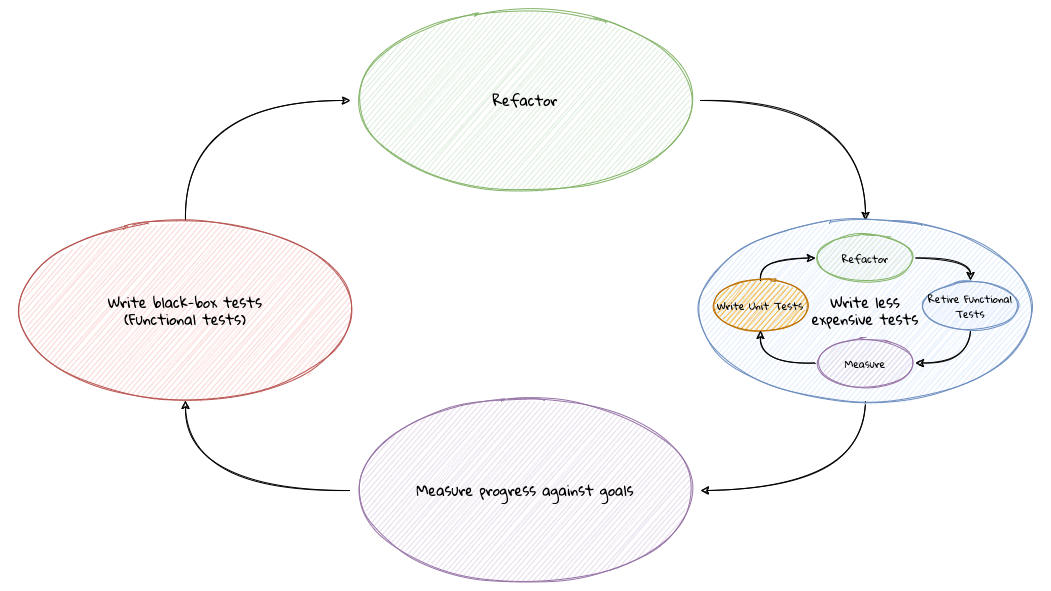
The draw.io diagram images/continuous-improvement-loop.png in ddd-book-java/prem-website, before a commit. Source tidied: cells renumbered, new cells last; positions are measured from the earlier drawing's top-left corner, leaving out a move shared by most shapes.
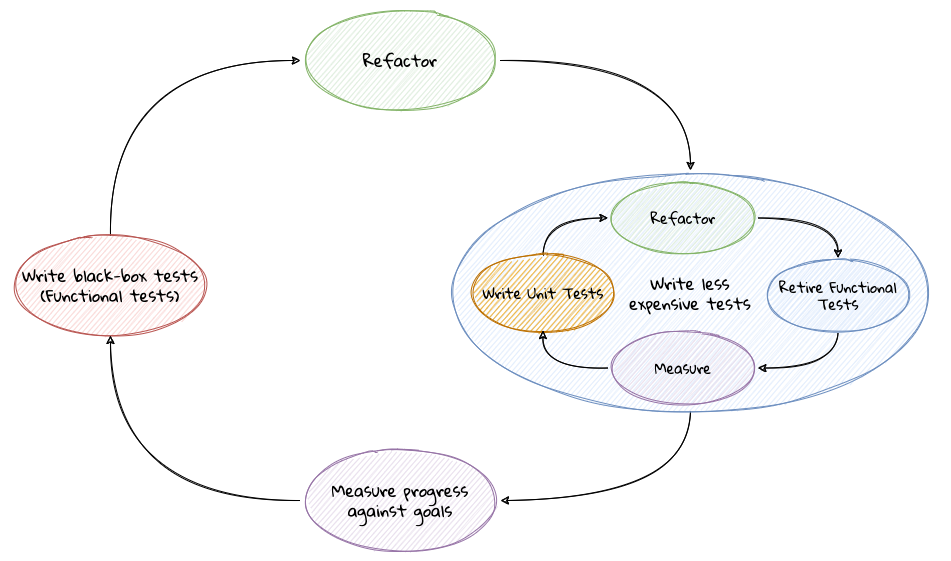
The same diagram one commit later.

What changed in the source:
```diff
@@ -5,50 +5,52 @@
     <mxCell id="2" style="edgeStyle=orthogonalEdgeStyle;curved=1;sketch=1;jettySize=auto;html=1;entryX=0;entryY=0.5;entryDx=0;entryDy=0;startArrow=none;startFill=0;endArrow=classic;endFill=1;exitX=0.5;exitY=0;exitDx=0;exitDy=0;fontFamily=Gloria Hallelujah;fontSource=https%3A%2F%2Ffonts.googleapis.com%2Fcss%3Ffamily%3DGloria%2BHallelujah;" parent="1" edge="1" source="3" target="5">
       <mxGeometry relative="1" as="geometry" />
     </mxCell>
-    <mxCell id="3" value="&lt;font style=&quot;font-size: 14px;&quot;&gt;Write black-box tests&lt;br&gt;(Functional tests)&lt;/font&gt;" style="ellipse;whiteSpace=wrap;html=1;sketch=1;fontFamily=Gloria Hallelujah;fontSource=https%3A%2F%2Ffonts.googleapis.com%2Fcss%3Ffamily%3DGloria%2BHallelujah;fillColor=#f8cecc;strokeColor=#b85450;" parent="1" vertex="1">
-      <mxGeometry y="210" width="350" height="180" as="geometry" />
+    <mxCell id="3" value="&lt;font style=&quot;font-size: 16px;&quot;&gt;Write black-box tests&lt;br style=&quot;&quot;&gt;(Functional tests)&lt;/font&gt;" style="ellipse;whiteSpace=wrap;html=1;sketch=1;fontFamily=Gloria Hallelujah;fontSource=https%3A%2F%2Ffonts.googleapis.com%2Fcss%3Ffamily%3DGloria%2BHallelujah;fillColor=#f8cecc;strokeColor=#b85450;rounded=1;fontSize=14;" parent="1" vertex="1">
+      <mxGeometry x="70" y="225" width="200" height="100" as="geometry" />
     </mxCell>
-    <mxCell id="4" style="edgeStyle=orthogonalEdgeStyle;curved=1;sketch=1;jettySize=auto;html=1;entryX=0.5;entryY=0;entryDx=0;entryDy=0;fontFamily=Gloria Hallelujah;fontSource=https%3A%2F%2Ffonts.googleapis.com%2Fcss%3Ffamily%3DGloria%2BHallelujah;fontSize=8;startArrow=none;startFill=0;endArrow=classic;endFill=1;exitX=1;exitY=0.5;exitDx=0;exitDy=0;" parent="1" edge="1" source="5" target="7">
-      <mxGeometry relative="1" as="geometry" />
+    <mxCell id="4" style="edgeStyle=orthogonalEdgeStyle;curved=1;sketch=1;jettySize=auto;html=1;fontFamily=Gloria Hallelujah;fontSource=https%3A%2F%2Ffonts.googleapis.com%2Fcss%3Ffamily%3DGloria%2BHallelujah;fontSize=8;startArrow=none;startFill=0;endArrow=classic;endFill=1;exitX=1;exitY=0.5;exitDx=0;exitDy=0;" parent="1" edge="1" source="5">
+      <mxGeometry relative="1" as="geometry">
+        <mxPoint x="750" y="160" as="targetPoint" />
+      </mxGeometry>
     </mxCell>
-    <mxCell id="5" value="&lt;font style=&quot;font-size: 14px;&quot;&gt;Refactor&lt;/font&gt;" style="ellipse;whiteSpace=wrap;html=1;sketch=1;fontFamily=Gloria Hallelujah;fontSource=https%3A%2F%2Ffonts.googleapis.com%2Fcss%3Ffamily%3DGloria%2BHallelujah;fillColor=#d5e8d4;strokeColor=#82b366;" parent="1" vertex="1">
-      <mxGeometry x="340" width="350" height="180" as="geometry" />
+    <mxCell id="5" value="&lt;font style=&quot;font-size: 16px;&quot;&gt;Refactor&lt;/font&gt;" style="ellipse;whiteSpace=wrap;html=1;sketch=1;fontFamily=Gloria Hallelujah;fontSource=https%3A%2F%2Ffonts.googleapis.com%2Fcss%3Ffamily%3DGloria%2BHallelujah;fillColor=#d5e8d4;strokeColor=#82b366;rounded=1;fontSize=16;" parent="1" vertex="1">
+      <mxGeometry x="360" width="200" height="100" as="geometry" />
     </mxCell>
-    <mxCell id="6" style="edgeStyle=orthogonalEdgeStyle;curved=1;sketch=1;jettySize=auto;html=1;entryX=1;entryY=0.5;entryDx=0;entryDy=0;fontFamily=Gloria Hallelujah;fontSource=https%3A%2F%2Ffonts.googleapis.com%2Fcss%3Ffamily%3DGloria%2BHallelujah;fontSize=8;startArrow=none;startFill=0;endArrow=classic;endFill=1;" parent="1" edge="1" source="7" target="9">
+    <mxCell id="6" style="edgeStyle=orthogonalEdgeStyle;curved=1;sketch=1;jettySize=auto;html=1;entryX=1;entryY=0.5;entryDx=0;entryDy=0;fontFamily=Gloria Hallelujah;fontSource=https%3A%2F%2Ffonts.googleapis.com%2Fcss%3Ffamily%3DGloria%2BHallelujah;fontSize=8;startArrow=none;startFill=0;endArrow=classic;endFill=1;exitX=0.5;exitY=1;exitDx=0;exitDy=0;" parent="1" edge="1" source="7" target="9">
       <mxGeometry relative="1" as="geometry" />
     </mxCell>
-    <mxCell id="7" value="&lt;font style=&quot;font-size: 14px;&quot;&gt;Write less&lt;br&gt;expensive tests&lt;/font&gt;" style="ellipse;whiteSpace=wrap;html=1;sketch=1;fontFamily=Gloria Hallelujah;fontSource=https%3A%2F%2Ffonts.googleapis.com%2Fcss%3Ffamily%3DGloria%2BHallelujah;fillColor=#dae8fc;strokeColor=#6c8ebf;" parent="1" vertex="1">
-      <mxGeometry x="680" y="210" width="350" height="180" as="geometry" />
+    <mxCell id="7" value="&lt;font style=&quot;font-size: 16px;&quot;&gt;Write less&lt;br style=&quot;font-size: 16px;&quot;&gt;expensive tests&lt;/font&gt;" style="ellipse;whiteSpace=wrap;html=1;sketch=1;fontFamily=Gloria Hallelujah;fontSource=https%3A%2F%2Ffonts.googleapis.com%2Fcss%3Ffamily%3DGloria%2BHallelujah;fillColor=#dae8fc;strokeColor=#6c8ebf;rounded=1;fontSize=16;" parent="1" vertex="1">
+      <mxGeometry x="500" y="165" width="500" height="235" as="geometry" />
     </mxCell>
     <mxCell id="8" style="edgeStyle=orthogonalEdgeStyle;curved=1;sketch=1;jettySize=auto;html=1;entryX=0.5;entryY=1;entryDx=0;entryDy=0;startArrow=none;startFill=0;endArrow=classic;endFill=1;fontFamily=Gloria Hallelujah;fontSource=https%3A%2F%2Ffonts.googleapis.com%2Fcss%3Ffamily%3DGloria%2BHallelujah;exitX=0;exitY=0.5;exitDx=0;exitDy=0;" parent="1" edge="1" source="9" target="3">
       <mxGeometry relative="1" as="geometry" />
     </mxCell>
-    <mxCell id="9" value="&lt;font style=&quot;font-size: 14px;&quot;&gt;Measure progress against goals&lt;/font&gt;" style="ellipse;whiteSpace=wrap;html=1;sketch=1;fontFamily=Gloria Hallelujah;fontSource=https%3A%2F%2Ffonts.googleapis.com%2Fcss%3Ffamily%3DGloria%2BHallelujah;fillColor=#e1d5e7;strokeColor=#9673a6;" parent="1" vertex="1">
-      <mxGeometry x="340" y="390" width="350" height="180" as="geometry" />
+    <mxCell id="9" value="&lt;font style=&quot;font-size: 16px;&quot;&gt;Measure progress&lt;br style=&quot;font-size: 16px;&quot;&gt;against goals&lt;/font&gt;" style="ellipse;whiteSpace=wrap;html=1;sketch=1;fontFamily=Gloria Hallelujah;fontSource=https%3A%2F%2Ffonts.googleapis.com%2Fcss%3Ffamily%3DGloria%2BHallelujah;fillColor=#e1d5e7;strokeColor=#9673a6;rounded=1;fontSize=16;" parent="1" vertex="1">
+      <mxGeometry x="360" y="440" width="200" height="100" as="geometry" />
     </mxCell>
-    <mxCell id="10" style="edgeStyle=orthogonalEdgeStyle;curved=1;sketch=1;jettySize=auto;html=1;entryX=0;entryY=0.5;entryDx=0;entryDy=0;fontFamily=Gloria Hallelujah;fontSource=https%3A%2F%2Ffonts.googleapis.com%2Fcss%3Ffamily%3DGloria%2BHallelujah;fontSize=8;startArrow=none;startFill=0;endArrow=classic;endFill=1;exitX=0.5;exitY=0;exitDx=0;exitDy=0;" parent="1" edge="1" source="11" target="13">
+    <mxCell id="10" style="edgeStyle=orthogonalEdgeStyle;rounded=1;jettySize=auto;html=1;exitX=0.5;exitY=0;exitDx=0;exitDy=0;entryX=0;entryY=0.5;entryDx=0;entryDy=0;sketch=1;curved=1;" parent="1" edge="1" source="11" target="13">
       <mxGeometry relative="1" as="geometry" />
     </mxCell>
-    <mxCell id="11" value="&lt;font style=&quot;font-size: 10px;&quot;&gt;Write Unit Tests&lt;/font&gt;" style="ellipse;whiteSpace=wrap;html=1;sketch=1;fontFamily=Gloria Hallelujah;fontSource=https%3A%2F%2Ffonts.googleapis.com%2Fcss%3Ffamily%3DGloria%2BHallelujah;fillColor=#f0a30a;strokeColor=#BD7000;fontColor=#000000;" parent="1" vertex="1">
-      <mxGeometry x="700" y="270" width="100" height="50" as="geometry" />
+    <mxCell id="11" value="&lt;font style=&quot;font-size: 14px;&quot;&gt;Write Unit Tests&lt;/font&gt;" style="ellipse;whiteSpace=wrap;html=1;sketch=1;fontFamily=Gloria Hallelujah;fontSource=https%3A%2F%2Ffonts.googleapis.com%2Fcss%3Ffamily%3DGloria%2BHallelujah;fillColor=#f0a30a;strokeColor=#BD7000;fontColor=#000000;rounded=1;fontSize=14;" parent="1" vertex="1">
+      <mxGeometry x="527.5" y="245" width="150" height="75" as="geometry" />
     </mxCell>
-    <mxCell id="12" style="edgeStyle=orthogonalEdgeStyle;curved=1;sketch=1;jettySize=auto;html=1;entryX=0.5;entryY=0;entryDx=0;entryDy=0;fontFamily=Gloria Hallelujah;fontSource=https%3A%2F%2Ffonts.googleapis.com%2Fcss%3Ffamily%3DGloria%2BHallelujah;fontSize=8;startArrow=none;startFill=0;endArrow=classic;endFill=1;" parent="1" edge="1" source="13" target="15">
+    <mxCell id="12" style="edgeStyle=orthogonalEdgeStyle;curved=1;sketch=1;jettySize=auto;html=1;entryX=0.5;entryY=0;entryDx=0;entryDy=0;fontFamily=Gloria Hallelujah;fontSource=https%3A%2F%2Ffonts.googleapis.com%2Fcss%3Ffamily%3DGloria%2BHallelujah;fontSize=8;startArrow=none;startFill=0;endArrow=classic;endFill=1;exitX=1;exitY=0.5;exitDx=0;exitDy=0;" parent="1" edge="1" source="13" target="15">
       <mxGeometry relative="1" as="geometry" />
     </mxCell>
-    <mxCell id="13" value="&lt;font style=&quot;font-size: 10px;&quot;&gt;Refactor&lt;/font&gt;" style="ellipse;whiteSpace=wrap;html=1;sketch=1;fontFamily=Gloria Hallelujah;fontSource=https%3A%2F%2Ffonts.googleapis.com%2Fcss%3Ffamily%3DGloria%2BHallelujah;fillColor=#d5e8d4;strokeColor=#82b366;" parent="1" vertex="1">
-      <mxGeometry x="805" y="222.5" width="100" height="50" as="geometry" />
+    <mxCell id="13" value="&lt;font style=&quot;font-size: 14px;&quot;&gt;Refactor&lt;/font&gt;" style="ellipse;whiteSpace=wrap;html=1;sketch=1;fontFamily=Gloria Hallelujah;fontSource=https%3A%2F%2Ffonts.googleapis.com%2Fcss%3Ffamily%3DGloria%2BHallelujah;fillColor=#d5e8d4;strokeColor=#82b366;rounded=1;fontSize=14;" parent="1" vertex="1">
+      <mxGeometry x="667.5" y="170" width="150" height="75" as="geometry" />
     </mxCell>
     <mxCell id="14" style="edgeStyle=orthogonalEdgeStyle;curved=1;sketch=1;jettySize=auto;html=1;exitX=0.5;exitY=1;exitDx=0;exitDy=0;entryX=1;entryY=0.5;entryDx=0;entryDy=0;fontFamily=Gloria Hallelujah;fontSource=https%3A%2F%2Ffonts.googleapis.com%2Fcss%3Ffamily%3DGloria%2BHallelujah;startArrow=none;startFill=0;endArrow=classic;endFill=1;" parent="1" edge="1" source="15" target="17">
       <mxGeometry relative="1" as="geometry" />
     </mxCell>
-    <mxCell id="15" value="&lt;font style=&quot;font-size: 10px;&quot;&gt;Retire Functional&lt;br&gt;Tests&lt;/font&gt;" style="ellipse;whiteSpace=wrap;html=1;sketch=1;fontFamily=Gloria Hallelujah;fontSource=https%3A%2F%2Ffonts.googleapis.com%2Fcss%3Ffamily%3DGloria%2BHallelujah;fillColor=#dae8fc;strokeColor=#6c8ebf;" parent="1" vertex="1">
-      <mxGeometry x="910" y="270" width="100" height="50" as="geometry" />
+    <mxCell id="15" value="&lt;font style=&quot;font-size: 14px;&quot;&gt;Retire Functional&lt;br style=&quot;font-size: 14px;&quot;&gt;Tests&lt;/font&gt;" style="ellipse;whiteSpace=wrap;html=1;sketch=1;fontFamily=Gloria Hallelujah;fontSource=https%3A%2F%2Ffonts.googleapis.com%2Fcss%3Ffamily%3DGloria%2BHallelujah;fillColor=#dae8fc;strokeColor=#6c8ebf;rounded=1;fontSize=14;" parent="1" vertex="1">
+      <mxGeometry x="822.5" y="247.5" width="150" height="75" as="geometry" />
     </mxCell>
     <mxCell id="16" style="edgeStyle=orthogonalEdgeStyle;curved=1;sketch=1;jettySize=auto;html=1;entryX=0.5;entryY=1;entryDx=0;entryDy=0;fontFamily=Gloria Hallelujah;fontSource=https%3A%2F%2Ffonts.googleapis.com%2Fcss%3Ffamily%3DGloria%2BHallelujah;fontSize=8;startArrow=none;startFill=0;endArrow=classic;endFill=1;exitX=0;exitY=0.5;exitDx=0;exitDy=0;" parent="1" edge="1" source="17" target="11">
       <mxGeometry relative="1" as="geometry" />
     </mxCell>
-    <mxCell id="17" value="&lt;font style=&quot;font-size: 10px;&quot;&gt;Measure&lt;/font&gt;" style="ellipse;whiteSpace=wrap;html=1;sketch=1;fontFamily=Gloria Hallelujah;fontSource=https%3A%2F%2Ffonts.googleapis.com%2Fcss%3Ffamily%3DGloria%2BHallelujah;fillColor=#e1d5e7;strokeColor=#9673a6;" parent="1" vertex="1">
-      <mxGeometry x="805" y="327.5" width="100" height="50" as="geometry" />
+    <mxCell id="17" value="&lt;font style=&quot;font-size: 14px;&quot;&gt;Measure&lt;/font&gt;" style="ellipse;whiteSpace=wrap;html=1;sketch=1;fontFamily=Gloria Hallelujah;fontSource=https%3A%2F%2Ffonts.googleapis.com%2Fcss%3Ffamily%3DGloria%2BHallelujah;fillColor=#e1d5e7;strokeColor=#9673a6;rounded=1;fontSize=14;" parent="1" vertex="1">
+      <mxGeometry x="667.5" y="320" width="150" height="75" as="geometry" />
     </mxCell>
   </root>
 </mxGraphModel>
```
